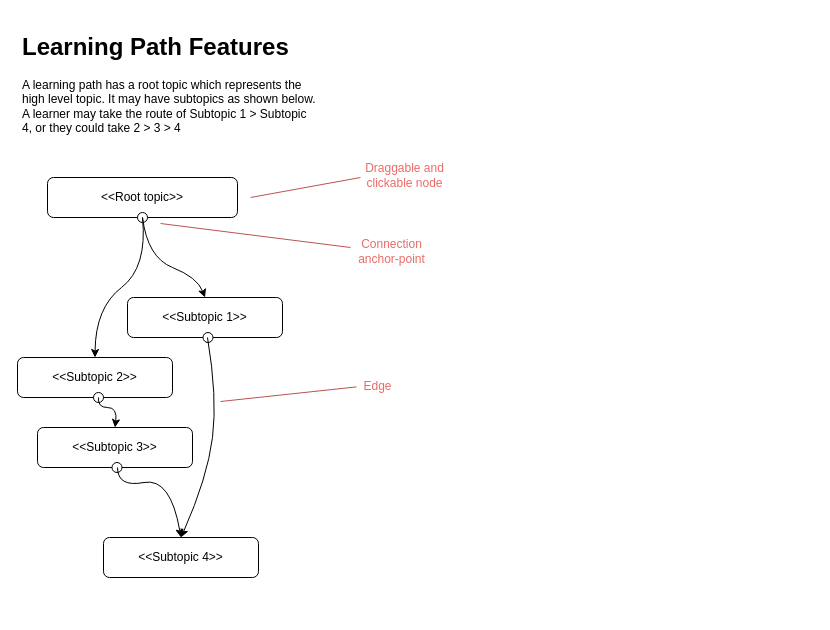
Above: LearnTree.drawio in bsaranga/raw-idea-dump (draw.io), before the change. Source tidied: cells renumbered, new cells numbered last; positions are measured from the earlier drawing's top-left corner, leaving out a move shared by most shapes. Both pictures are drawn from the tidied source at 100%, with x=0, y=0 at pixel (17, 27).
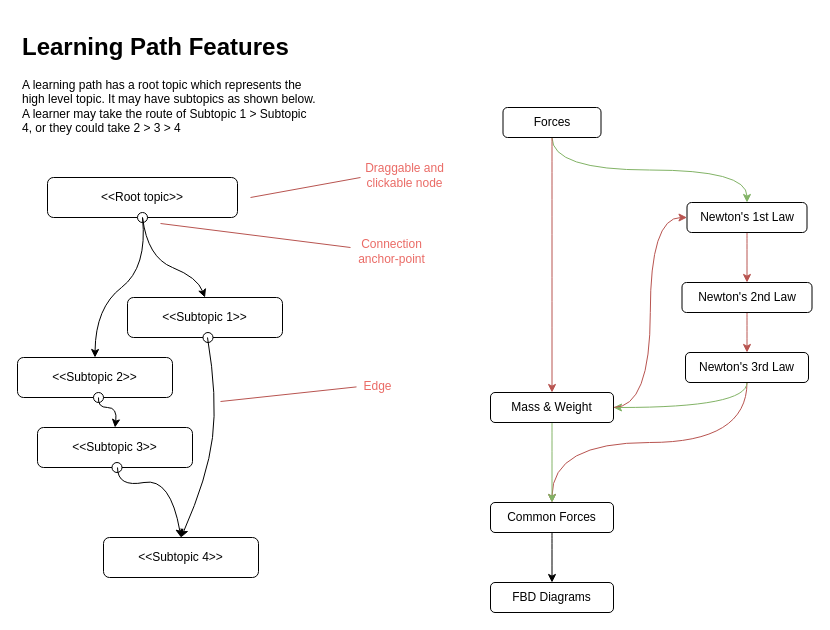
The same diagram, later.

Change to the diagram source:
```diff
@@
+    <mxCell id="23" style="edgeStyle=orthogonalEdgeStyle;jettySize=auto;html=1;exitX=0.5;exitY=1;exitDx=0;exitDy=0;entryX=0.5;entryY=0;entryDx=0;entryDy=0;curved=1;fillColor=#d5e8d4;strokeColor=#82b366;" parent="1" edge="1" source="25" target="27">
+      <mxGeometry relative="1" as="geometry" />
+    </mxCell>
+    <mxCell id="24" style="edgeStyle=orthogonalEdgeStyle;curved=1;jettySize=auto;html=1;exitX=0.5;exitY=1;exitDx=0;exitDy=0;fillColor=#f8cecc;strokeColor=#b85450;" parent="1" edge="1" source="25" target="35">
+      <mxGeometry relative="1" as="geometry" />
+    </mxCell>
+    <mxCell id="25" value="Forces" style="rounded=1;whiteSpace=wrap;html=1;" parent="1" vertex="1">
+      <mxGeometry x="485.5" y="80" width="98" height="30" as="geometry" />
+    </mxCell>
+    <mxCell id="26" style="edgeStyle=orthogonalEdgeStyle;curved=1;jettySize=auto;html=1;exitX=0.5;exitY=1;exitDx=0;exitDy=0;entryX=0.5;entryY=0;entryDx=0;entryDy=0;fillColor=#f8cecc;strokeColor=#b85450;" parent="1" edge="1" source="27" target="29">
+      <mxGeometry relative="1" as="geometry" />
+    </mxCell>
+    <mxCell id="27" value="Newton's 1st Law" style="rounded=1;whiteSpace=wrap;html=1;" parent="1" vertex="1">
+      <mxGeometry x="669.5" y="175" width="120" height="30" as="geometry" />
+    </mxCell>
+    <mxCell id="28" style="edgeStyle=orthogonalEdgeStyle;curved=1;jettySize=auto;html=1;exitX=0.5;exitY=1;exitDx=0;exitDy=0;entryX=0.5;entryY=0;entryDx=0;entryDy=0;fillColor=#f8cecc;strokeColor=#b85450;" parent="1" edge="1" source="29" target="32">
+      <mxGeometry relative="1" as="geometry" />
+    </mxCell>
+    <mxCell id="29" value="Newton's 2nd Law" style="rounded=1;whiteSpace=wrap;html=1;" parent="1" vertex="1">
+      <mxGeometry x="664.5" y="255" width="130" height="30" as="geometry" />
+    </mxCell>
+    <mxCell id="30" style="edgeStyle=orthogonalEdgeStyle;curved=1;jettySize=auto;html=1;exitX=0.5;exitY=1;exitDx=0;exitDy=0;fillColor=#f8cecc;strokeColor=#b85450;" parent="1" edge="1" source="32" target="37">
+      <mxGeometry relative="1" as="geometry" />
+    </mxCell>
+    <mxCell id="31" style="edgeStyle=orthogonalEdgeStyle;curved=1;jettySize=auto;html=1;exitX=0.5;exitY=1;exitDx=0;exitDy=0;entryX=1;entryY=0.5;entryDx=0;entryDy=0;fillColor=#d5e8d4;strokeColor=#82b366;" parent="1" edge="1" source="32" target="35">
+      <mxGeometry relative="1" as="geometry" />
+    </mxCell>
+    <mxCell id="32" value="Newton's 3rd Law" style="rounded=1;whiteSpace=wrap;html=1;" parent="1" vertex="1">
+      <mxGeometry x="668" y="325" width="123" height="30" as="geometry" />
+    </mxCell>
+    <mxCell id="33" style="edgeStyle=orthogonalEdgeStyle;curved=1;jettySize=auto;html=1;exitX=0.5;exitY=1;exitDx=0;exitDy=0;entryX=0.5;entryY=0;entryDx=0;entryDy=0;fillColor=#d5e8d4;strokeColor=#82b366;" parent="1" edge="1" source="35" target="37">
+      <mxGeometry relative="1" as="geometry" />
+    </mxCell>
+    <mxCell id="34" style="edgeStyle=orthogonalEdgeStyle;curved=1;jettySize=auto;html=1;exitX=1;exitY=0.5;exitDx=0;exitDy=0;entryX=0;entryY=0.5;entryDx=0;entryDy=0;strokeColor=#b85450;fillColor=#f8cecc;" parent="1" edge="1" source="35" target="27">
+      <mxGeometry relative="1" as="geometry" />
+    </mxCell>
+    <mxCell id="35" value="Mass &amp;amp; Weight" style="rounded=1;whiteSpace=wrap;html=1;" parent="1" vertex="1">
+      <mxGeometry x="473" y="365" width="123" height="30" as="geometry" />
+    </mxCell>
+    <mxCell id="36" style="edgeStyle=orthogonalEdgeStyle;curved=1;jettySize=auto;html=1;exitX=0.5;exitY=1;exitDx=0;exitDy=0;entryX=0.5;entryY=0;entryDx=0;entryDy=0;fillColor=#f8cecc;strokeColor=#000000;" parent="1" edge="1" source="37" target="38">
+      <mxGeometry relative="1" as="geometry" />
+    </mxCell>
+    <mxCell id="37" value="Common Forces" style="rounded=1;whiteSpace=wrap;html=1;" parent="1" vertex="1">
+      <mxGeometry x="473" y="475" width="123" height="30" as="geometry" />
+    </mxCell>
+    <mxCell id="38" value="FBD Diagrams" style="rounded=1;whiteSpace=wrap;html=1;" parent="1" vertex="1">
+      <mxGeometry x="473" y="555" width="123" height="30" as="geometry" />
+    </mxCell>
```
